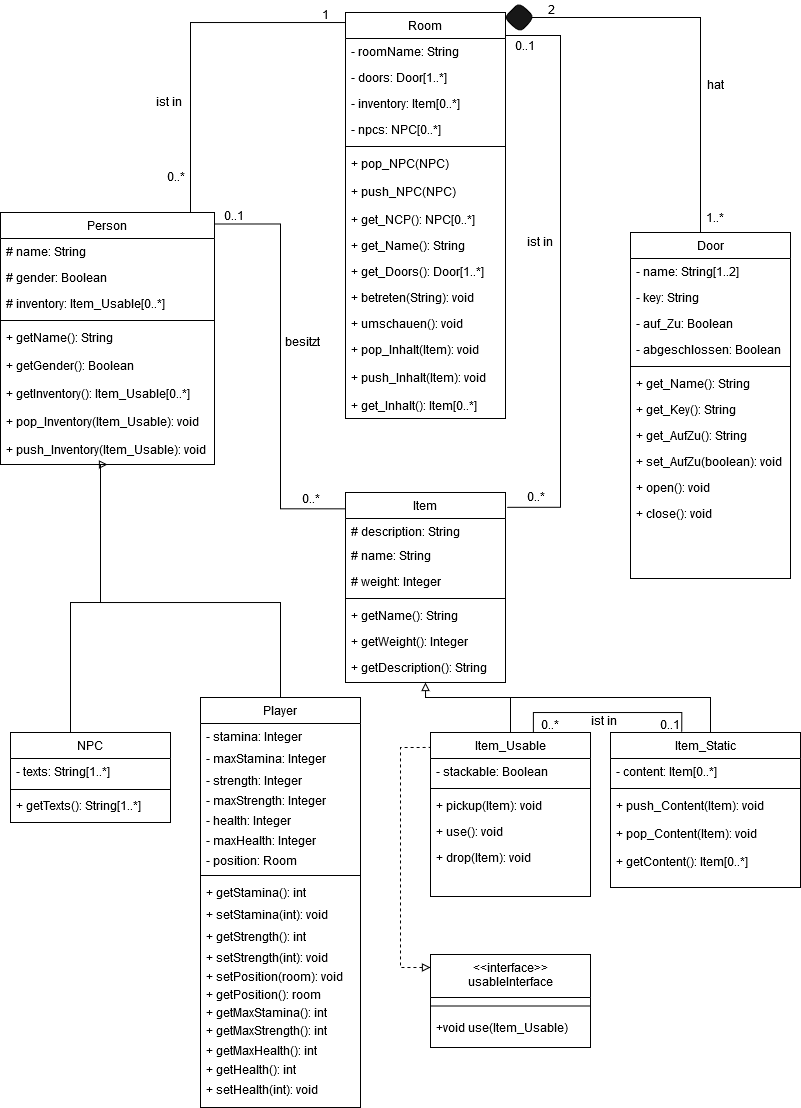
Above: Klassendiagram.png in Elegond/AE-Text-Adventure (draw.io), before the change. Source tidied: cells renumbered, new cells last; positions are measured from the earlier drawing's top-left corner, leaving out a move shared by most shapes.
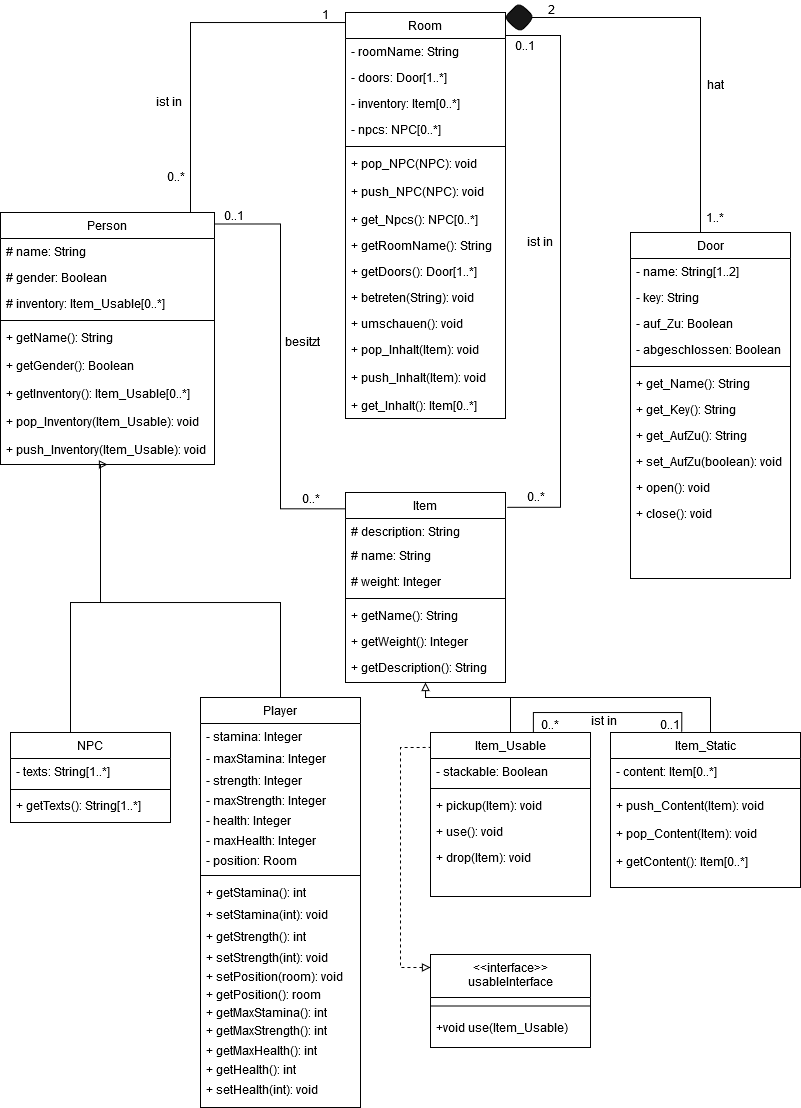
After the commit.

Change to the diagram source:
```diff
@@ -58,19 +58,19 @@
     <mxCell id="18" style="line;html=1;strokeWidth=1;align=left;verticalAlign=middle;spacingTop=-1;spacingLeft=3;spacingRight=3;labelPosition=right;" parent="13" vertex="1">
       <mxGeometry y="130" width="160" height="8" as="geometry" />
     </mxCell>
-    <mxCell id="19" value="+ pop_NPC(NPC)" style="text;align=left;verticalAlign=top;spacingLeft=4;spacingRight=4;overflow=hidden;" parent="13" vertex="1">
+    <mxCell id="19" value="+ pop_NPC(NPC): void" style="text;align=left;verticalAlign=top;spacingLeft=4;spacingRight=4;overflow=hidden;" parent="13" vertex="1">
       <mxGeometry y="138" width="160" height="28" as="geometry" />
     </mxCell>
-    <mxCell id="20" value="+ push_NPC(NPC)" style="text;align=left;verticalAlign=top;spacingLeft=4;spacingRight=4;overflow=hidden;" parent="13" vertex="1">
+    <mxCell id="20" value="+ push_NPC(NPC): void" style="text;align=left;verticalAlign=top;spacingLeft=4;spacingRight=4;overflow=hidden;" parent="13" vertex="1">
       <mxGeometry y="166" width="160" height="28" as="geometry" />
     </mxCell>
-    <mxCell id="21" value="+ get_NCP(): NPC[0..*]" style="text;align=left;verticalAlign=top;spacingLeft=4;spacingRight=4;overflow=hidden;" parent="13" vertex="1">
+    <mxCell id="21" value="+ get_Npcs(): NPC[0..*]" style="text;align=left;verticalAlign=top;spacingLeft=4;spacingRight=4;overflow=hidden;" parent="13" vertex="1">
       <mxGeometry y="194" width="160" height="26" as="geometry" />
     </mxCell>
-    <mxCell id="22" value="+ get_Name(): String" style="text;align=left;verticalAlign=top;spacingLeft=4;spacingRight=4;overflow=hidden;" parent="13" vertex="1">
+    <mxCell id="22" value="+ getRoomName(): String" style="text;align=left;verticalAlign=top;spacingLeft=4;spacingRight=4;overflow=hidden;" parent="13" vertex="1">
       <mxGeometry y="220" width="160" height="26" as="geometry" />
     </mxCell>
-    <mxCell id="23" value="+ get_Doors(): Door[1..*]" style="text;align=left;verticalAlign=top;spacingLeft=4;spacingRight=4;overflow=hidden;" parent="13" vertex="1">
+    <mxCell id="23" value="+ getDoors(): Door[1..*]" style="text;align=left;verticalAlign=top;spacingLeft=4;spacingRight=4;overflow=hidden;" parent="13" vertex="1">
       <mxGeometry y="246" width="160" height="26" as="geometry" />
     </mxCell>
     <mxCell id="24" value="+ betreten(String): void" style="text;align=left;verticalAlign=top;spacingLeft=4;spacingRight=4;overflow=hidden;" parent="13" vertex="1">
```
